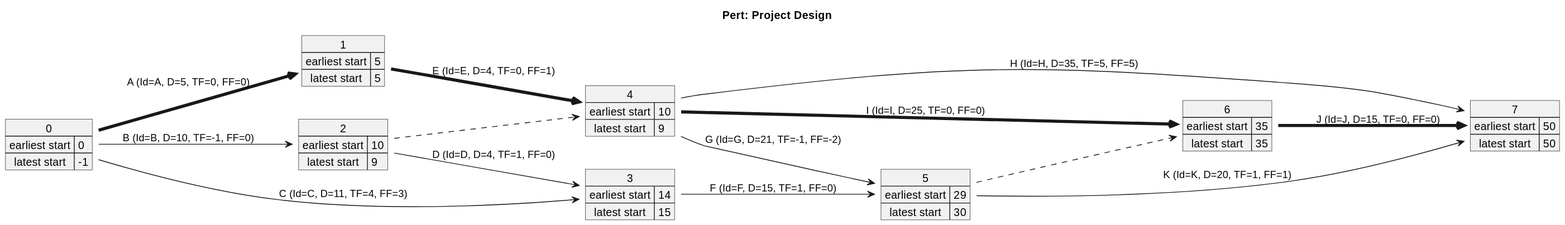
Above: __temp__/PERT.svg in SCWM-P/PM_code_LLM_plantuml (PlantUML), before the change.
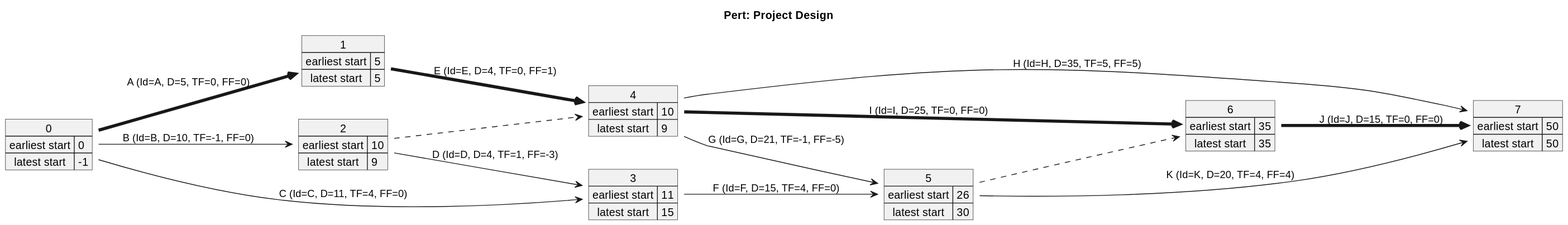
After the change.

Change to the diagram source:
```diff
@@ -15,7 +15,7 @@
     latest start => 9
 }
 map 3 {
-    earliest start => 14
+    earliest start => 11
     latest start => 15
 }
 map 4 {
@@ -23,7 +23,7 @@
     latest start => 9
 }
 map 5 {
-    earliest start => 29
+    earliest start => 26
     latest start => 30
 }
 map 6 {
@@ -36,15 +36,15 @@
 }
 0 -[thickness=4]-> 1 : A (Id=A, D=5, TF=0, FF=0)
 0 --> 2 : B (Id=B, D=10, TF=-1, FF=0)
-0 --> 3 : C (Id=C, D=11, TF=4, FF=3)
+0 --> 3 : C (Id=C, D=11, TF=4, FF=0)
 1 -[thickness=4]-> 4 : E (Id=E, D=4, TF=0, FF=1)
-2 --> 3 : D (Id=D, D=4, TF=1, FF=0)
+2 --> 3 : D (Id=D, D=4, TF=1, FF=-3)
 2 -[dashed]-> 4
-3 --> 5 : F (Id=F, D=15, TF=1, FF=0)
-4 --> 5 : G (Id=G, D=21, TF=-1, FF=-2)
+3 --> 5 : F (Id=F, D=15, TF=4, FF=0)
+4 --> 5 : G (Id=G, D=21, TF=-1, FF=-5)
 4 --> 7 : H (Id=H, D=35, TF=5, FF=5)
 4 -[thickness=4]-> 6 : I (Id=I, D=25, TF=0, FF=0)
-5 --> 7 : K (Id=K, D=20, TF=1, FF=1)
+5 --> 7 : K (Id=K, D=20, TF=4, FF=4)
 5 -[dashed]-> 6
 6 -[thickness=4]-> 7 : J (Id=J, D=15, TF=0, FF=0)
 @enduml
```
